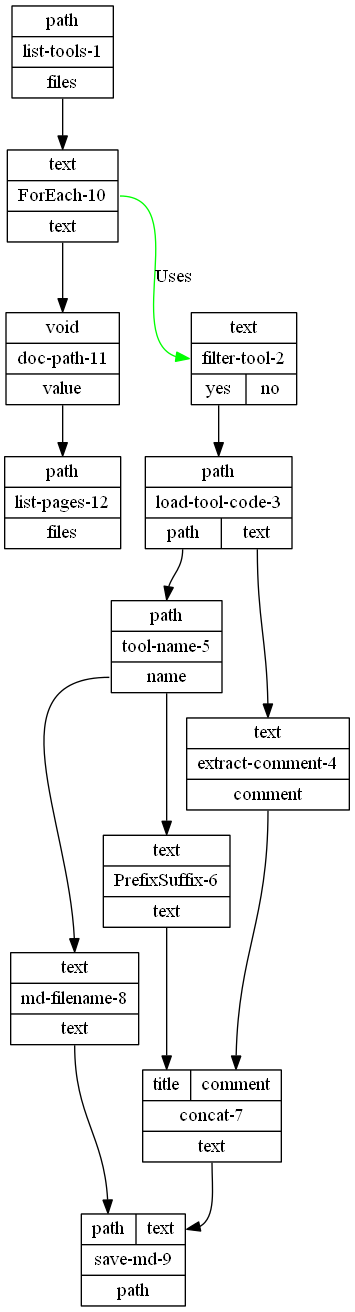
Above: debug.png in tolokoban/matis (Graphviz), before the change. Its source is kept beside it as debug.dot.
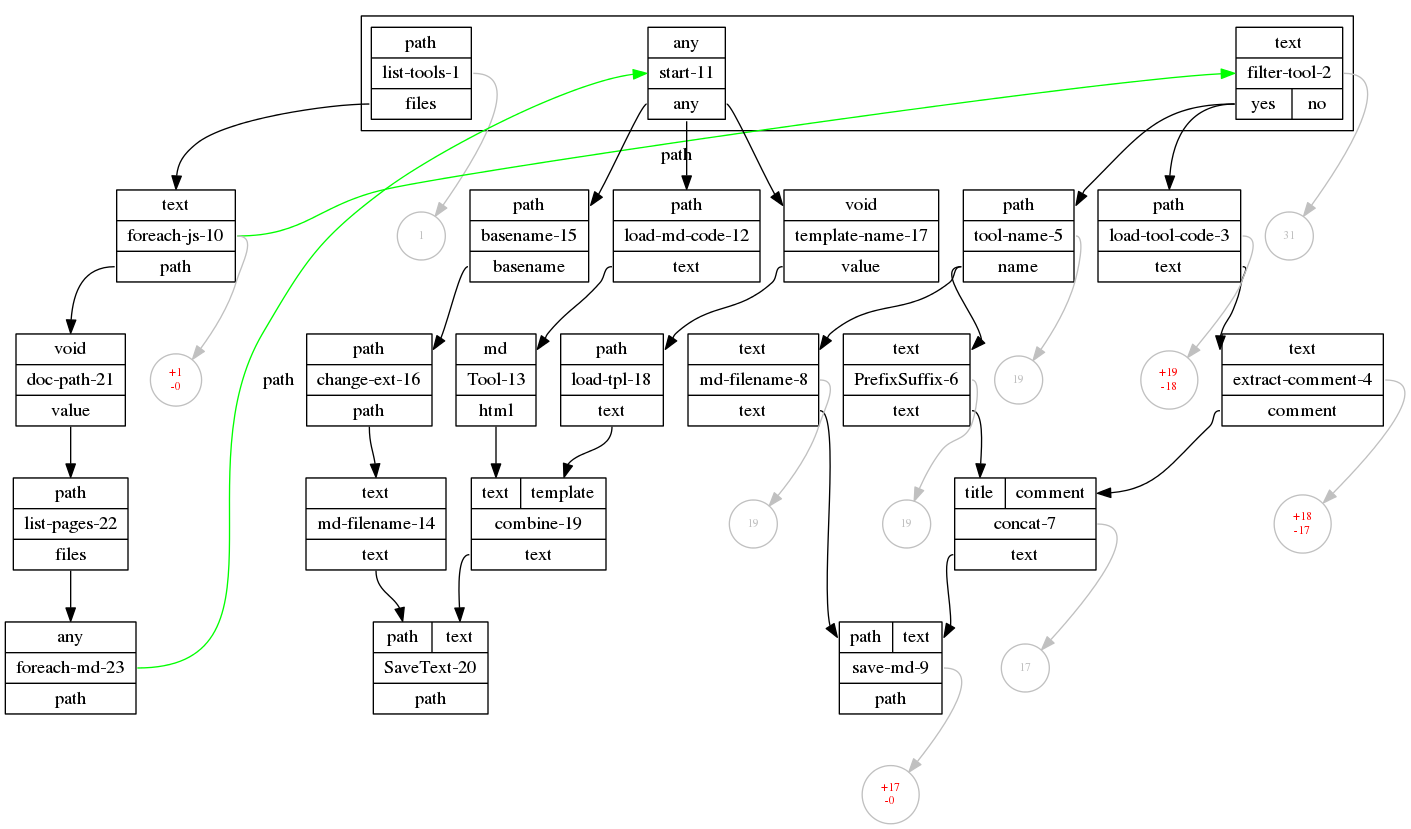
The same file after the commit.

Diff of the diagram source:
```diff
@@ -1,28 +1,66 @@
 digraph Matis {
 node[shape=box];
   T1[shape=record,label="{{<I0> path}|<T> list-tools-1|{<O0> files}}"];
-  T2[shape=record,label="{{<I0> text}|<T> ForEach-10|{<O0> text}}"];
-  T3[shape=record,label="{{<I0> void}|<T> doc-path-11|{<O0> value}}"];
-  T4[shape=record,label="{{<I0> path}|<T> list-pages-12|{<O0> files}}"];
-  T5[shape=record,label="{{<I0> text}|<T> filter-tool-2|{<O0> yes|<O1> no}}"];
-  T6[shape=record,label="{{<I0> path}|<T> load-tool-code-3|{<O0> path|<O1> text}}"];
-  T7[shape=record,label="{{<I0> path}|<T> tool-name-5|{<O0> name}}"];
-  T8[shape=record,label="{{<I0> text}|<T> md-filename-8|{<O0> text}}"];
-  T9[shape=record,label="{{<I0> path|<I1> text}|<T> save-md-9|{<O0> path}}"];
-  T10[shape=record,label="{{<I0> text}|<T> PrefixSuffix-6|{<O0> text}}"];
-  T11[shape=record,label="{{<I0> title|<I1> comment}|<T> concat-7|{<O0> text}}"];
-  T12[shape=record,label="{{<I0> text}|<T> extract-comment-4|{<O0> comment}}"];
-  T1:O0 -> T2:I0[weight=999];
-  T2:O0 -> T3:I0[weight=999];
-  T2:T -> T5:T[color=green,weight=1,label=Uses];
-  T3:O0 -> T4:I0[weight=999];
-  T5:O0 -> T6:I0[weight=999];
-  T6:O0 -> T7:I0[weight=999];
-  T6:O1 -> T12:I0[weight=999];
-  T7:O0 -> T10:I0[weight=999];
-  T7:O0 -> T8:I0[weight=999];
-  T8:O0 -> T9:I0[weight=999];
-  T10:O0 -> T11:I0[weight=999];
-  T11:O0 -> T9:I1[weight=999];
-  T12:O0 -> T11:I1[weight=999];
+  T2[shape=record,label="{{<I0> text}|<T> foreach-js-10|{<O0> path}}"];
+  T3[shape=record,label="{{<I0> void}|<T> doc-path-21|{<O0> value}}"];
+  T4[shape=record,label="{{<I0> path}|<T> list-pages-22|{<O0> files}}"];
+  T5[shape=record,label="{{<I0> any}|<T> foreach-md-23|{<O0> path}}"];
+  T6[shape=record,label="{{<I0> any}|<T> start-11|{<O0> any}}"];
+  T7[shape=record,label="{{<I0> path}|<T> basename-15|{<O0> basename}}"];
+  T8[shape=record,label="{{<I0> path}|<T> change-ext-16|{<O0> path}}"];
+  T9[shape=record,label="{{<I0> text}|<T> md-filename-14|{<O0> text}}"];
+  T10[shape=record,label="{{<I0> path|<I1> text}|<T> SaveText-20|{<O0> path}}"];
+  T11[shape=record,label="{{<I0> path}|<T> load-md-code-12|{<O0> text}}"];
+  T12[shape=record,label="{{<I0> md}|<T> Tool-13|{<O0> html}}"];
+  T13[shape=record,label="{{<I0> text|<I1> template}|<T> combine-19|{<O0> text}}"];
+  T14[shape=record,label="{{<I0> void}|<T> template-name-17|{<O0> value}}"];
+  T15[shape=record,label="{{<I0> path}|<T> load-tpl-18|{<O0> text}}"];
+  T16[shape=record,label="{{<I0> text}|<T> filter-tool-2|{<O0> yes|<O1> no}}"];
+  T17[shape=record,label="{{<I0> path}|<T> tool-name-5|{<O0> name}}"];
+  T18[shape=record,label="{{<I0> text}|<T> md-filename-8|{<O0> text}}"];
+  T19[shape=record,label="{{<I0> path|<I1> text}|<T> save-md-9|{<O0> path}}"];
+  T20[shape=record,label="{{<I0> text}|<T> PrefixSuffix-6|{<O0> text}}"];
+  T21[shape=record,label="{{<I0> title|<I1> comment}|<T> concat-7|{<O0> text}}"];
+  T22[shape=record,label="{{<I0> path}|<T> load-tool-code-3|{<O0> text}}"];
+  T23[shape=record,label="{{<I0> text}|<T> extract-comment-4|{<O0> comment}}"];
+  T1:O0 -> T2:I0[weight=9];
+  T2:O0 -> T3:I0[weight=9];
+  T2:T -> T16:T[color=green,weight=1,label="path"];
+  T3:O0 -> T4:I0[weight=9];
+  T4:O0 -> T5:I0[weight=9];
+  T5:T -> T6:T[color=green,weight=1,label="path"];
+  T6:O0 -> T14:I0[weight=9];
+  T6:O0 -> T11:I0[weight=9];
+  T6:O0 -> T7:I0[weight=9];
+  T7:O0 -> T8:I0[weight=9];
+  T8:O0 -> T9:I0[weight=9];
+  T9:O0 -> T10:I0[weight=9];
+  T11:O0 -> T12:I0[weight=9];
+  T12:O0 -> T13:I0[weight=9];
+  T13:O0 -> T10:I1[weight=9];
+  T14:O0 -> T15:I0[weight=9];
+  T15:O0 -> T13:I1[weight=9];
+  T16:O0 -> T22:I0[weight=9];
+  T16:O0 -> T17:I0[weight=9];
+  T17:O0 -> T20:I0[weight=9];
+  T17:O0 -> T18:I0[weight=9];
+  T18:O0 -> T19:I0[weight=9];
+  T20:O0 -> T21:I0[weight=9];
+  T21:O0 -> T19:I1[weight=9];
+  T22:O0 -> T23:I0[weight=9];
+  T23:O0 -> T21:I1[weight=9];
+
+  subgraph cluster{node[shape=none];T1;T16;T6}
+
+  node[shape=circle,fontsize=9];
+S1[color=grey,fontcolor=grey,label="1"];T1:T -> S1[color=grey,weight=999];
+S2[color=grey,fontcolor=red,label="+1\n-0"];T2:T -> S2[color=grey,weight=999];
+S3[color=grey,fontcolor=grey,label="31"];T16:T -> S3[color=grey,weight=999];
+S4[color=grey,fontcolor=red,label="+19\n-18"];T22:T -> S4[color=grey,weight=999];
+S5[color=grey,fontcolor=grey,label="19"];T17:T -> S5[color=grey,weight=999];
+S6[color=grey,fontcolor=grey,label="19"];T20:T -> S6[color=grey,weight=999];
+S7[color=grey,fontcolor=grey,label="19"];T18:T -> S7[color=grey,weight=999];
+S8[color=grey,fontcolor=red,label="+18\n-17"];T23:T -> S8[color=grey,weight=999];
+S9[color=grey,fontcolor=grey,label="17"];T21:T -> S9[color=grey,weight=999];
+S10[color=grey,fontcolor=red,label="+17\n-0"];T19:T -> S10[color=grey,weight=999];
 }
```
